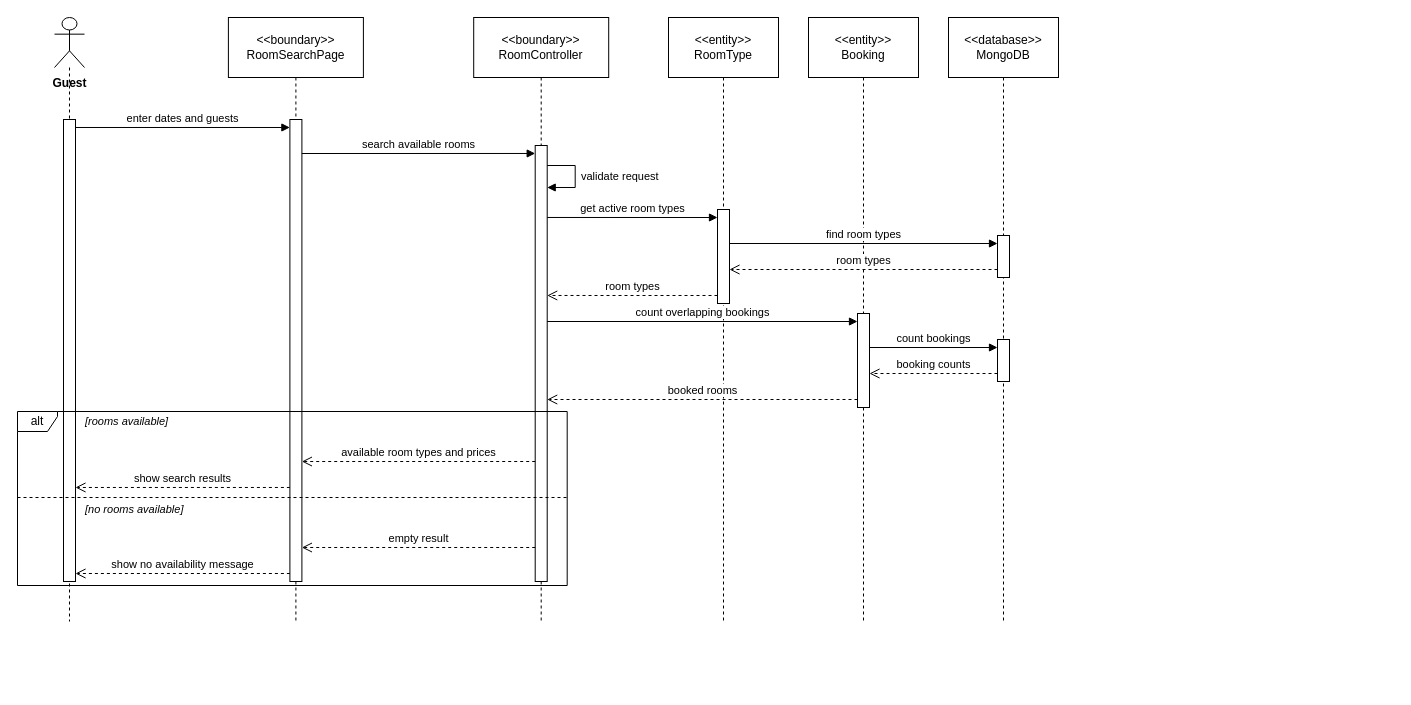
The draw.io diagram final/diagrams/M3_Booking-And-Customer_Diagrams/sequence_diagrams/SD-09_UC-G01_SearchAvailableRooms.drawio in toikobi401/SWD392, before the edit. Source tidied: cells renumbered, new cells numbered last; positions are measured from the earlier drawing's top-left corner, leaving out a move shared by most shapes. Both pictures are drawn from the tidied source at 100%, with x=0, y=0 at pixel (17, 17).
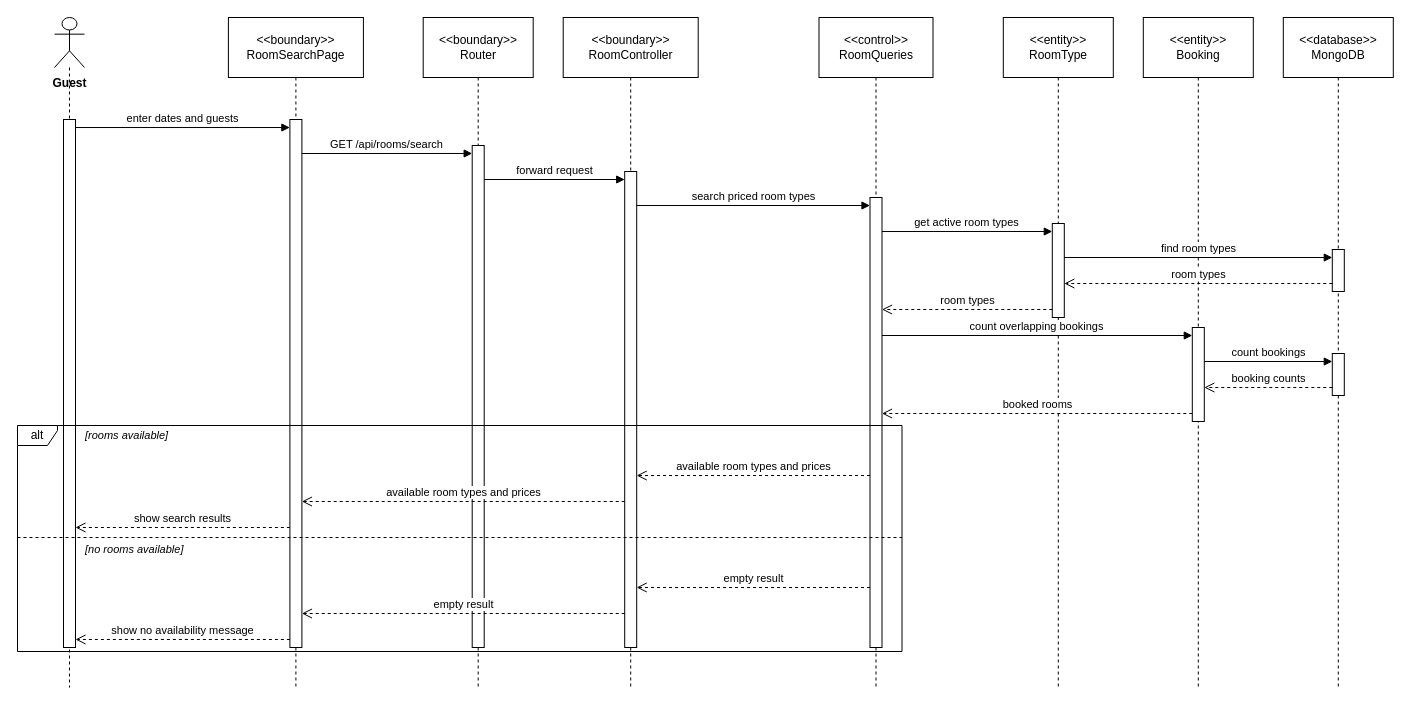
The same page after the edit.

What changed in the source:
```diff
@@
     <mxCell id="2" value="Guest" style="shape=umlLifeline;participant=umlActor;perimeter=lifelinePerimeter;whiteSpace=nowrap;html=1;verticalAlign=top;spacingTop=52;size=50;fontStyle=1;" parent="1" vertex="1">
-      <mxGeometry x="37" width="30" height="604" as="geometry" />
+      <mxGeometry x="37" width="30" height="670" as="geometry" />
     </mxCell>
     <mxCell id="3" value="&amp;lt;&amp;lt;boundary&amp;gt;&amp;gt;&lt;br&gt;RoomSearchPage" style="shape=umlLifeline;perimeter=lifelinePerimeter;whiteSpace=wrap;html=1;size=60;" parent="1" vertex="1">
-      <mxGeometry x="210.9" width="135" height="604" as="geometry" />
+      <mxGeometry x="210.9" width="135" height="670" as="geometry" />
     </mxCell>
+    <mxCell id="34" value="&amp;lt;&amp;lt;boundary&amp;gt;&amp;gt;&lt;br&gt;Router" style="shape=umlLifeline;perimeter=lifelinePerimeter;whiteSpace=wrap;html=1;size=60;" parent="1" vertex="1">
+      <mxGeometry x="405.7" width="110" height="670" as="geometry" />
+    </mxCell>
     <mxCell id="4" value="&amp;lt;&amp;lt;boundary&amp;gt;&amp;gt;&lt;br&gt;RoomController" style="shape=umlLifeline;perimeter=lifelinePerimeter;whiteSpace=wrap;html=1;size=60;" parent="1" vertex="1">
-      <mxGeometry x="456.2" width="135" height="604" as="geometry" />
+      <mxGeometry x="545.7" width="135" height="670" as="geometry" />
     </mxCell>
+    <mxCell id="35" value="&amp;lt;&amp;lt;control&amp;gt;&amp;gt;&lt;br&gt;RoomQueries" style="shape=umlLifeline;perimeter=lifelinePerimeter;whiteSpace=wrap;html=1;size=60;" parent="1" vertex="1">
+      <mxGeometry x="801.5" width="114" height="670" as="geometry" />
+    </mxCell>
     <mxCell id="5" value="&amp;lt;&amp;lt;entity&amp;gt;&amp;gt;&lt;br&gt;RoomType" style="shape=umlLifeline;perimeter=lifelinePerimeter;whiteSpace=wrap;html=1;size=60;" parent="1" vertex="1">
-      <mxGeometry x="651" width="110" height="604" as="geometry" />
+      <mxGeometry x="985.8" width="110" height="670" as="geometry" />
     </mxCell>
     <mxCell id="6" value="&amp;lt;&amp;lt;entity&amp;gt;&amp;gt;&lt;br&gt;Booking" style="shape=umlLifeline;perimeter=lifelinePerimeter;whiteSpace=wrap;html=1;size=60;" parent="1" vertex="1">
-      <mxGeometry x="791" width="110" height="604" as="geometry" />
+      <mxGeometry x="1125.8" width="110" height="670" as="geometry" />
     </mxCell>
     <mxCell id="7" value="&amp;lt;&amp;lt;database&amp;gt;&amp;gt;&lt;br&gt;MongoDB" style="shape=umlLifeline;perimeter=lifelinePerimeter;whiteSpace=wrap;html=1;size=60;" parent="1" vertex="1">
-      <mxGeometry x="931" width="110" height="604" as="geometry" />
+      <mxGeometry x="1265.8" width="110" height="670" as="geometry" />
     </mxCell>
     <mxCell id="8" style="html=1;points=[];perimeter=orthogonalPerimeter;outlineConnect=0;targetShapes=umlLifeline;portConstraint=eastwest;" parent="7" vertex="1">
-      <mxGeometry x="49" y="218" width="12" height="42" as="geometry" />
+      <mxGeometry x="49" y="232" width="12" height="42" as="geometry" />
     </mxCell>
     <mxCell id="9" style="html=1;points=[];perimeter=orthogonalPerimeter;outlineConnect=0;targetShapes=umlLifeline;portConstraint=eastwest;" parent="5" vertex="1">
-      <mxGeometry x="49" y="192" width="12" height="94" as="geometry" />
+      <mxGeometry x="49" y="206" width="12" height="94" as="geometry" />
     </mxCell>
     <mxCell id="10" style="html=1;points=[];perimeter=orthogonalPerimeter;outlineConnect=0;targetShapes=umlLifeline;portConstraint=eastwest;" parent="7" vertex="1">
-      <mxGeometry x="49" y="322" width="12" height="42" as="geometry" />
+      <mxGeometry x="49" y="336" width="12" height="42" as="geometry" />
     </mxCell>
     <mxCell id="11" style="html=1;points=[];perimeter=orthogonalPerimeter;outlineConnect=0;targetShapes=umlLifeline;portConstraint=eastwest;" parent="6" vertex="1">
-      <mxGeometry x="49" y="296" width="12" height="94" as="geometry" />
+      <mxGeometry x="49" y="310" width="12" height="94" as="geometry" />
     </mxCell>
-    <mxCell id="12" style="html=1;points=[];perimeter=orthogonalPerimeter;outlineConnect=0;targetShapes=umlLifeline;portConstraint=eastwest;" parent="4" vertex="1">
-      <mxGeometry x="61.5" y="128" width="12" height="436" as="geometry" />
-    </mxCell>
-    <mxCell id="13" style="html=1;points=[];perimeter=orthogonalPerimeter;outlineConnect=0;targetShapes=umlLifeline;portConstraint=eastwest;" parent="3" vertex="1">
-      <mxGeometry x="61.5" y="102" width="12" height="462" as="geometry" />
-    </mxCell>
-    <mxCell id="14" style="html=1;points=[];perimeter=orthogonalPerimeter;outlineConnect=0;targetShapes=umlLifeline;portConstraint=eastwest;" parent="2" vertex="1">
-      <mxGeometry x="9" y="102" width="12" height="462" as="geometry" />
-    </mxCell>
+    <mxCell id="36" style="html=1;points=[];perimeter=orthogonalPerimeter;outlineConnect=0;targetShapes=umlLifeline;portConstraint=eastwest;" parent="35" vertex="1">
+      <mxGeometry x="51" y="180" width="12" height="450" as="geometry" />
+    </mxCell>
+    <mxCell id="37" style="html=1;points=[];perimeter=orthogonalPerimeter;outlineConnect=0;targetShapes=umlLifeline;portConstraint=eastwest;" parent="4" vertex="1">
+      <mxGeometry x="61.5" y="154" width="12" height="476" as="geometry" />
+    </mxCell>
+    <mxCell id="38" style="html=1;points=[];perimeter=orthogonalPerimeter;outlineConnect=0;targetShapes=umlLifeline;portConstraint=eastwest;" parent="34" vertex="1">
+      <mxGeometry x="49" y="128" width="12" height="502" as="geometry" />
+    </mxCell>
+    <mxCell id="39" style="html=1;points=[];perimeter=orthogonalPerimeter;outlineConnect=0;targetShapes=umlLifeline;portConstraint=eastwest;" parent="3" vertex="1">
+      <mxGeometry x="61.5" y="102" width="12" height="528" as="geometry" />
+    </mxCell>
+    <mxCell id="40" style="html=1;points=[];perimeter=orthogonalPerimeter;outlineConnect=0;targetShapes=umlLifeline;portConstraint=eastwest;" parent="2" vertex="1">
+      <mxGeometry x="9" y="102" width="12" height="528" as="geometry" />
+    </mxCell>
     <mxCell id="15" value="alt" style="shape=umlFrame;whiteSpace=wrap;html=1;width=40;height=20;" parent="1" vertex="1">
-      <mxGeometry y="394" width="549.7" height="174" as="geometry" />
+      <mxGeometry y="408" width="884.5" height="226" as="geometry" />
     </mxCell>
     <mxCell id="16" style="endArrow=none;dashed=1;html=1;rounded=0;" parent="1" edge="1">
       <mxGeometry relative="1" as="geometry">
-        <mxPoint y="480" as="sourcePoint" />
-        <mxPoint x="549.7" y="480" as="targetPoint" />
+        <mxPoint y="520" as="sourcePoint" />
+        <mxPoint x="884.5" y="520" as="targetPoint" />
       </mxGeometry>
     </mxCell>
     <mxCell id="17" value="[rooms available]" style="text;html=1;align=left;verticalAlign=middle;whiteSpace=nowrap;fontSize=11;fontStyle=2;labelBackgroundColor=#ffffff;" parent="1" vertex="1">
-      <mxGeometry x="66" y="394" width="106.5" height="20" as="geometry" />
+      <mxGeometry x="66" y="408" width="106.5" height="20" as="geometry" />
     </mxCell>
     <mxCell id="18" value="[no rooms available]" style="text;html=1;align=left;verticalAlign=middle;whiteSpace=nowrap;fontSize=11;fontStyle=2;labelBackgroundColor=#ffffff;" parent="1" vertex="1">
-      <mxGeometry x="66" y="482" width="125.4" height="20" as="geometry" />
+      <mxGeometry x="66" y="522" width="125.4" height="20" as="geometry" />
     </mxCell>
-    <mxCell id="19" value="enter dates and guests" style="html=1;verticalAlign=bottom;rounded=0;fontSize=11;endArrow=block;endFill=1;exitX=1;exitY=0.0173;exitDx=0;exitDy=0;exitPerimeter=0;entryX=0;entryY=0.0173;entryDx=0;entryDy=0;entryPerimeter=0;" parent="1" edge="1" source="14" target="13">
+    <mxCell id="19" value="enter dates and guests" style="html=1;verticalAlign=bottom;rounded=0;fontSize=11;endArrow=block;endFill=1;exitX=1;exitY=0.0152;exitDx=0;exitDy=0;exitPerimeter=0;entryX=0;entryY=0.0152;entryDx=0;entryDy=0;entryPerimeter=0;" parent="1" edge="1" source="40" target="39">
       <mxGeometry relative="1" as="geometry" />
     </mxCell>
-    <mxCell id="20" value="search available rooms" style="html=1;verticalAlign=bottom;rounded=0;fontSize=11;endArrow=block;endFill=1;exitX=1;exitY=0.0736;exitDx=0;exitDy=0;exitPerimeter=0;entryX=0;entryY=0.0183;entryDx=0;entryDy=0;entryPerimeter=0;" parent="1" edge="1" source="13" target="12">
+    <mxCell id="20" value="GET /api/rooms/search" style="html=1;verticalAlign=bottom;rounded=0;fontSize=11;endArrow=block;endFill=1;exitX=1;exitY=0.0644;exitDx=0;exitDy=0;exitPerimeter=0;entryX=0;entryY=0.0159;entryDx=0;entryDy=0;entryPerimeter=0;" parent="1" edge="1" source="39" target="38">
       <mxGeometry relative="1" as="geometry" />
     </mxCell>
-    <mxCell id="21" value="validate request" style="html=1;align=left;spacingLeft=4;verticalAlign=middle;endArrow=block;endFill=1;rounded=0;fontSize=11;exitX=1;exitY=0.0459;exitDx=0;exitDy=0;exitPerimeter=0;entryX=1;entryY=0.0963;entryDx=0;entryDy=0;entryPerimeter=0;" parent="1" edge="1" source="12" target="12">
-      <mxGeometry relative="1" as="geometry">
-        <Array as="points">
-          <mxPoint x="557.7" y="148" />
-          <mxPoint x="557.7" y="170" />
-        </Array>
-      </mxGeometry>
+    <mxCell id="21" value="forward request" style="html=1;verticalAlign=bottom;rounded=0;fontSize=11;endArrow=block;endFill=1;exitX=1;exitY=0.0677;exitDx=0;exitDy=0;exitPerimeter=0;entryX=0;entryY=0.0168;entryDx=0;entryDy=0;entryPerimeter=0;" parent="1" edge="1" source="38" target="37">
+      <mxGeometry relative="1" as="geometry" />
     </mxCell>
-    <mxCell id="22" value="get active room types" style="html=1;verticalAlign=bottom;rounded=0;fontSize=11;endArrow=block;endFill=1;exitX=1;exitY=0.1651;exitDx=0;exitDy=0;exitPerimeter=0;entryX=0;entryY=0.0851;entryDx=0;entryDy=0;entryPerimeter=0;" parent="1" edge="1" source="12" target="9">
+    <mxCell id="22" value="search priced room types" style="html=1;verticalAlign=bottom;rounded=0;fontSize=11;endArrow=block;endFill=1;exitX=1;exitY=0.0714;exitDx=0;exitDy=0;exitPerimeter=0;entryX=0;entryY=0.0178;entryDx=0;entryDy=0;entryPerimeter=0;" parent="1" edge="1" source="37" target="36">
       <mxGeometry relative="1" as="geometry" />
     </mxCell>
-    <mxCell id="23" value="find room types" style="html=1;verticalAlign=bottom;rounded=0;fontSize=11;endArrow=block;endFill=1;exitX=1;exitY=0.3617;exitDx=0;exitDy=0;exitPerimeter=0;entryX=0;entryY=0.1905;entryDx=0;entryDy=0;entryPerimeter=0;" parent="1" edge="1" source="9" target="8">
+    <mxCell id="23" value="get active room types" style="html=1;verticalAlign=bottom;rounded=0;fontSize=11;endArrow=block;endFill=1;exitX=1;exitY=0.0756;exitDx=0;exitDy=0;exitPerimeter=0;entryX=0;entryY=0.0851;entryDx=0;entryDy=0;entryPerimeter=0;" parent="1" edge="1" source="36" target="9">
       <mxGeometry relative="1" as="geometry" />
     </mxCell>
-    <mxCell id="24" value="room types" style="html=1;verticalAlign=bottom;rounded=0;fontSize=11;dashed=1;endArrow=open;endSize=8;exitX=0;exitY=0.8095;exitDx=0;exitDy=0;exitPerimeter=0;entryX=1;entryY=0.6383;entryDx=0;entryDy=0;entryPerimeter=0;" parent="1" edge="1" source="8" target="9">
+    <mxCell id="24" value="find room types" style="html=1;verticalAlign=bottom;rounded=0;fontSize=11;endArrow=block;endFill=1;exitX=1;exitY=0.3617;exitDx=0;exitDy=0;exitPerimeter=0;entryX=0;entryY=0.1905;entryDx=0;entryDy=0;entryPerimeter=0;" parent="1" edge="1" source="9" target="8">
       <mxGeometry relative="1" as="geometry" />
     </mxCell>
-    <mxCell id="25" value="room types" style="html=1;verticalAlign=bottom;rounded=0;fontSize=11;dashed=1;endArrow=open;endSize=8;exitX=0;exitY=0.9149;exitDx=0;exitDy=0;exitPerimeter=0;entryX=1;entryY=0.344;entryDx=0;entryDy=0;entryPerimeter=0;" parent="1" edge="1" source="9" target="12">
+    <mxCell id="25" value="room types" style="html=1;verticalAlign=bottom;rounded=0;fontSize=11;dashed=1;endArrow=open;endSize=8;exitX=0;exitY=0.8095;exitDx=0;exitDy=0;exitPerimeter=0;entryX=1;entryY=0.6383;entryDx=0;entryDy=0;entryPerimeter=0;" parent="1" edge="1" source="8" target="9">
       <mxGeometry relative="1" as="geometry" />
     </mxCell>
-    <mxCell id="26" value="count overlapping bookings" style="html=1;verticalAlign=bottom;rounded=0;fontSize=11;endArrow=block;endFill=1;exitX=1;exitY=0.4037;exitDx=0;exitDy=0;exitPerimeter=0;entryX=0;entryY=0.0851;entryDx=0;entryDy=0;entryPerimeter=0;" parent="1" edge="1" source="12" target="11">
+    <mxCell id="26" value="room types" style="html=1;verticalAlign=bottom;rounded=0;fontSize=11;dashed=1;endArrow=open;endSize=8;exitX=0;exitY=0.9149;exitDx=0;exitDy=0;exitPerimeter=0;entryX=1;entryY=0.2489;entryDx=0;entryDy=0;entryPerimeter=0;" parent="1" edge="1" source="9" target="36">
       <mxGeometry relative="1" as="geometry" />
     </mxCell>
-    <mxCell id="27" value="count bookings" style="html=1;verticalAlign=bottom;rounded=0;fontSize=11;endArrow=block;endFill=1;exitX=1;exitY=0.3617;exitDx=0;exitDy=0;exitPerimeter=0;entryX=0;entryY=0.1905;entryDx=0;entryDy=0;entryPerimeter=0;" parent="1" edge="1" source="11" target="10">
+    <mxCell id="27" value="count overlapping bookings" style="html=1;verticalAlign=bottom;rounded=0;fontSize=11;endArrow=block;endFill=1;exitX=1;exitY=0.3067;exitDx=0;exitDy=0;exitPerimeter=0;entryX=0;entryY=0.0851;entryDx=0;entryDy=0;entryPerimeter=0;" parent="1" edge="1" source="36" target="11">
       <mxGeometry relative="1" as="geometry" />
     </mxCell>
-    <mxCell id="28" value="booking counts" style="html=1;verticalAlign=bottom;rounded=0;fontSize=11;dashed=1;endArrow=open;endSize=8;exitX=0;exitY=0.8095;exitDx=0;exitDy=0;exitPerimeter=0;entryX=1;entryY=0.6383;entryDx=0;entryDy=0;entryPerimeter=0;" parent="1" edge="1" source="10" target="11">
+    <mxCell id="28" value="count bookings" style="html=1;verticalAlign=bottom;rounded=0;fontSize=11;endArrow=block;endFill=1;exitX=1;exitY=0.3617;exitDx=0;exitDy=0;exitPerimeter=0;entryX=0;entryY=0.1905;entryDx=0;entryDy=0;entryPerimeter=0;" parent="1" edge="1" source="11" target="10">
       <mxGeometry relative="1" as="geometry" />
     </mxCell>
-    <mxCell id="29" value="booked rooms" style="html=1;verticalAlign=bottom;rounded=0;fontSize=11;dashed=1;endArrow=open;endSize=8;exitX=0;exitY=0.9149;exitDx=0;exitDy=0;exitPerimeter=0;entryX=1;entryY=0.5826;entryDx=0;entryDy=0;entryPerimeter=0;" parent="1" edge="1" source="11" target="12">
+    <mxCell id="29" value="booking counts" style="html=1;verticalAlign=bottom;rounded=0;fontSize=11;dashed=1;endArrow=open;endSize=8;exitX=0;exitY=0.8095;exitDx=0;exitDy=0;exitPerimeter=0;entryX=1;entryY=0.6383;entryDx=0;entryDy=0;entryPerimeter=0;" parent="1" edge="1" source="10" target="11">
       <mxGeometry relative="1" as="geometry" />
     </mxCell>
-    <mxCell id="30" value="available room types and prices" style="html=1;verticalAlign=bottom;rounded=0;fontSize=11;dashed=1;endArrow=open;endSize=8;exitX=0;exitY=0.7248;exitDx=0;exitDy=0;exitPerimeter=0;entryX=1;entryY=0.7403;entryDx=0;entryDy=0;entryPerimeter=0;" parent="1" edge="1" source="12" target="13">
+    <mxCell id="30" value="booked rooms" style="html=1;verticalAlign=bottom;rounded=0;fontSize=11;dashed=1;endArrow=open;endSize=8;exitX=0;exitY=0.9149;exitDx=0;exitDy=0;exitPerimeter=0;entryX=1;entryY=0.48;entryDx=0;entryDy=0;entryPerimeter=0;" parent="1" edge="1" source="11" target="36">
       <mxGeometry relative="1" as="geometry" />
     </mxCell>
-    <mxCell id="31" value="show search results" style="html=1;verticalAlign=bottom;rounded=0;fontSize=11;dashed=1;endArrow=open;endSize=8;exitX=0;exitY=0.7965;exitDx=0;exitDy=0;exitPerimeter=0;entryX=1;entryY=0.7965;entryDx=0;entryDy=0;entryPerimeter=0;" parent="1" edge="1" source="13" target="14">
+    <mxCell id="31" value="available room types and prices" style="html=1;verticalAlign=bottom;rounded=0;fontSize=11;dashed=1;endArrow=open;endSize=8;exitX=0;exitY=0.6178;exitDx=0;exitDy=0;exitPerimeter=0;entryX=1;entryY=0.6387;entryDx=0;entryDy=0;entryPerimeter=0;" parent="1" edge="1" source="36" target="37">
       <mxGeometry relative="1" as="geometry" />
     </mxCell>
-    <mxCell id="32" value="empty result" style="html=1;verticalAlign=bottom;rounded=0;fontSize=11;dashed=1;endArrow=open;endSize=8;exitX=0;exitY=0.922;exitDx=0;exitDy=0;exitPerimeter=0;entryX=1;entryY=0.9264;entryDx=0;entryDy=0;entryPerimeter=0;" parent="1" edge="1" source="12" target="13">
+    <mxCell id="32" value="available room types and prices" style="html=1;verticalAlign=bottom;rounded=0;fontSize=11;dashed=1;endArrow=open;endSize=8;exitX=0;exitY=0.6933;exitDx=0;exitDy=0;exitPerimeter=0;entryX=1;entryY=0.7235;entryDx=0;entryDy=0;entryPerimeter=0;" parent="1" edge="1" source="37" target="39">
       <mxGeometry relative="1" as="geometry" />
     </mxCell>
-    <mxCell id="33" value="show no availability message" style="html=1;verticalAlign=bottom;rounded=0;fontSize=11;dashed=1;endArrow=open;endSize=8;exitX=0;exitY=0.9827;exitDx=0;exitDy=0;exitPerimeter=0;entryX=1;entryY=0.9827;entryDx=0;entryDy=0;entryPerimeter=0;" parent="1" edge="1" source="13" target="14">
+    <mxCell id="33" value="show search results" style="html=1;verticalAlign=bottom;rounded=0;fontSize=11;dashed=1;endArrow=open;endSize=8;exitX=0;exitY=0.7727;exitDx=0;exitDy=0;exitPerimeter=0;entryX=1;entryY=0.7727;entryDx=0;entryDy=0;entryPerimeter=0;" parent="1" edge="1" source="39" target="40">
       <mxGeometry relative="1" as="geometry" />
     </mxCell>
+    <mxCell id="41" value="empty result" style="html=1;verticalAlign=bottom;rounded=0;fontSize=11;dashed=1;endArrow=open;endSize=8;exitX=0;exitY=0.8667;exitDx=0;exitDy=0;exitPerimeter=0;entryX=1;entryY=0.8739;entryDx=0;entryDy=0;entryPerimeter=0;" parent="1" edge="1" source="36" target="37">
+      <mxGeometry relative="1" as="geometry" />
+    </mxCell>
+    <mxCell id="42" value="empty result" style="html=1;verticalAlign=bottom;rounded=0;fontSize=11;dashed=1;endArrow=open;endSize=8;exitX=0;exitY=0.9286;exitDx=0;exitDy=0;exitPerimeter=0;entryX=1;entryY=0.9356;entryDx=0;entryDy=0;entryPerimeter=0;" parent="1" edge="1" source="37" target="39">
+      <mxGeometry relative="1" as="geometry" />
+    </mxCell>
+    <mxCell id="43" value="show no availability message" style="html=1;verticalAlign=bottom;rounded=0;fontSize=11;dashed=1;endArrow=open;endSize=8;exitX=0;exitY=0.9848;exitDx=0;exitDy=0;exitPerimeter=0;entryX=1;entryY=0.9848;entryDx=0;entryDy=0;entryPerimeter=0;" parent="1" edge="1" source="39" target="40">
+      <mxGeometry relative="1" as="geometry" />
+    </mxCell>
```
